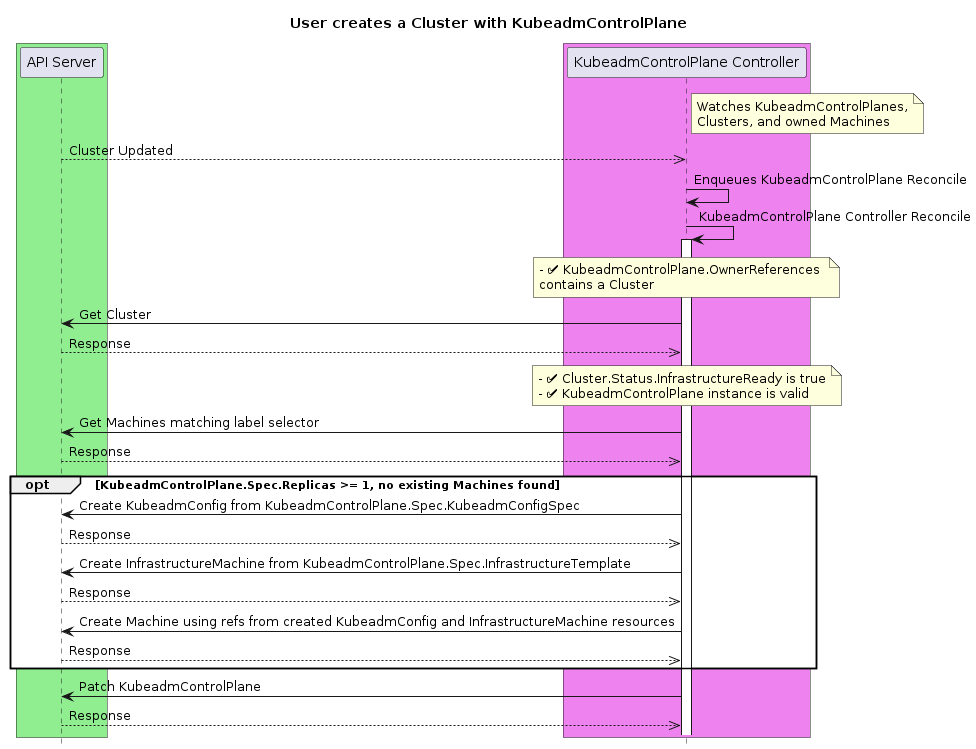
This is docs/proposals/images/controlplane/controlplane-init-2.png from kubernetes-sigs/cluster-api, a PlantUML export, as it was before one commit.
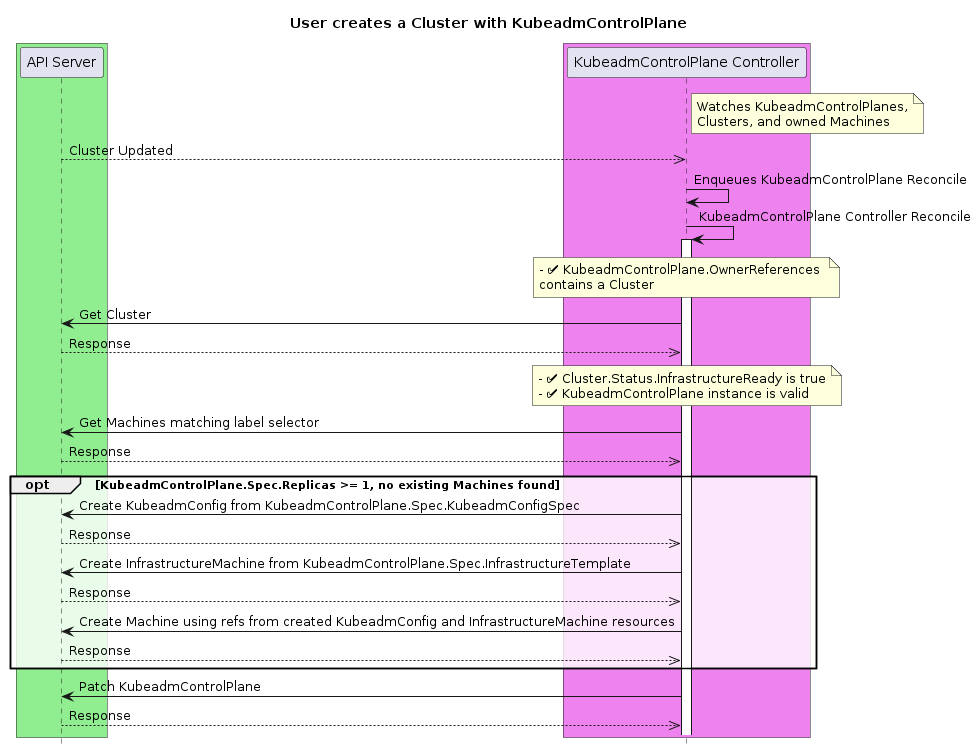
Above is the later version.

Change to the diagram source:
```diff
@@ -30,7 +30,7 @@
 "KubeadmControlPlane Controller"->"API Server": Get Machines matching label selector
 "KubeadmControlPlane Controller"<<--"API Server": Response
 
-opt #white KubeadmControlPlane.Spec.Replicas >= 1, no existing Machines found
+opt #FFFFFFCC KubeadmControlPlane.Spec.Replicas >= 1, no existing Machines found
 
 "KubeadmControlPlane Controller"->"API Server": Create KubeadmConfig from KubeadmControlPlane.Spec.KubeadmConfigSpec
 "KubeadmControlPlane Controller"<<--"API Server": Response
```
